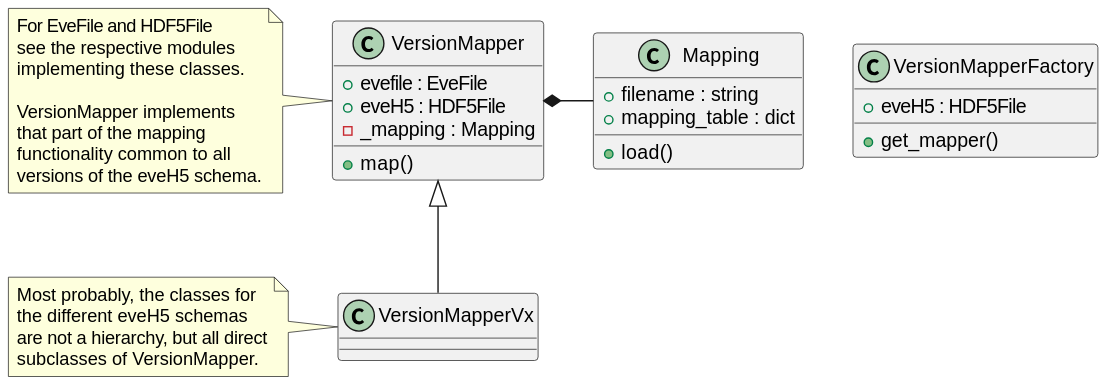
Earlier version of the PlantUML export docs/uml/evedata.evefile.controllers.version_mapping.svg (tillbiskup/evedata). Its diagram source:
```plantuml
@startuml

class VersionMapperFactory {
    +eveH5 : HDF5File
    +get_mapper()
}

class VersionMapper {
    +evefile : EveFile
    +eveH5 : HDF5File
    -_mapping : Mapping
    +map()
}
note left of VersionMapper
    For EveFile and HDF5File
    see the respective modules
    implementing these classes.

    VersionMapper implements
    that part of the mapping
    functionality common to all
    versions of the eveH5 schema.
endnote

class Mapping {
    +filename : string
    +mapping_table : dict
    +load()
}

VersionMapper *- Mapping

class VersionMapperVx extends VersionMapper {
}
note left of VersionMapperVx
    Most probably, the classes for
    the different eveH5 schemas
    are not a hierarchy, but all direct
    subclasses of VersionMapper.
endnote
@enduml
```
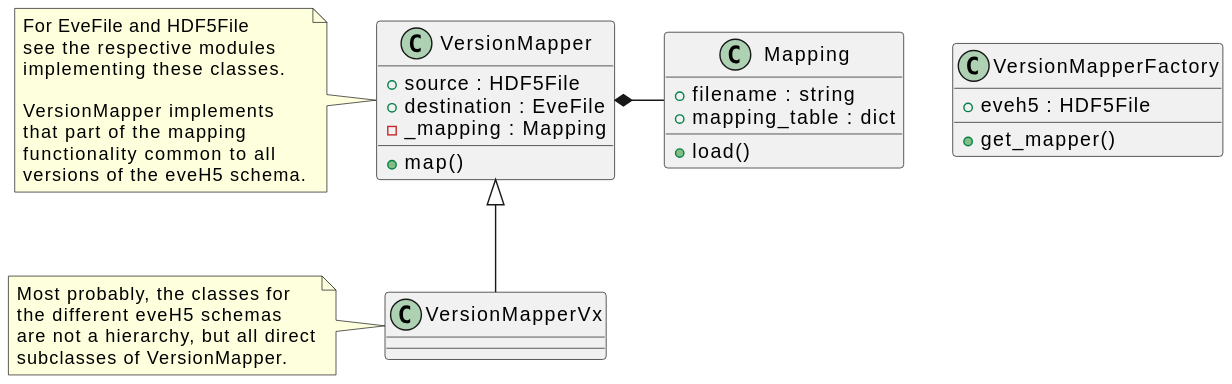
The same file after the commit.

Commit message:
Mainly update documentation. Set end date to 1970-01-01 for eveH5 <=v5

The edit, as a diff of the source:
```diff
@@ -1,13 +1,13 @@
 @startuml
 
 class VersionMapperFactory {
-    +eveH5 : HDF5File
+    +eveh5 : HDF5File
     +get_mapper()
 }
 
 class VersionMapper {
-    +evefile : EveFile
-    +eveH5 : HDF5File
+    +source : HDF5File
+    +destination : EveFile
     -_mapping : Mapping
     +map()
 }
```
